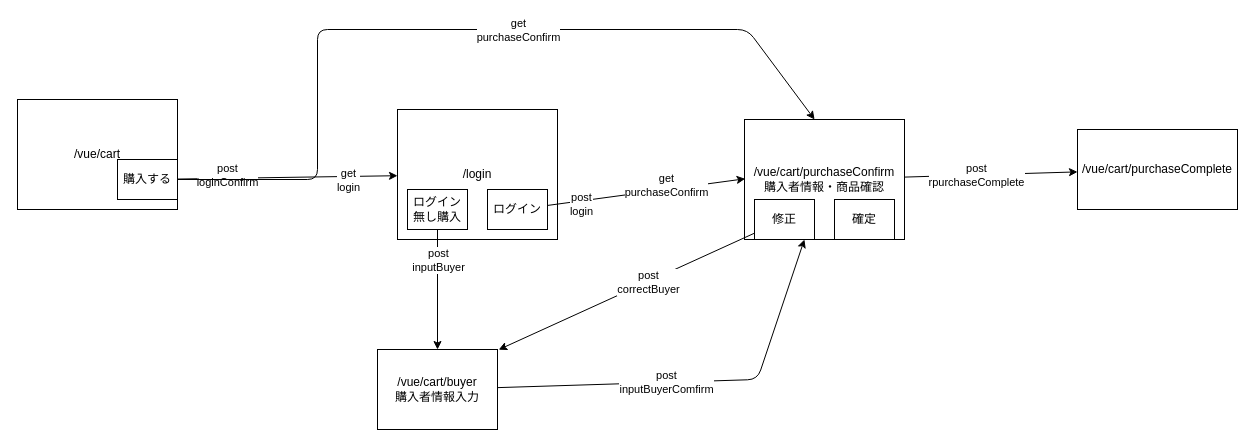
Before: 画面遷移.drawio in ehirokatsu/ECsite, a draw.io diagram. Source tidied: cells renumbered, new cells numbered last; positions are measured from the earlier drawing's top-left corner, leaving out a move shared by most shapes. Both pictures are drawn from the tidied source at 100%, with x=0, y=0 at pixel (17, 29).
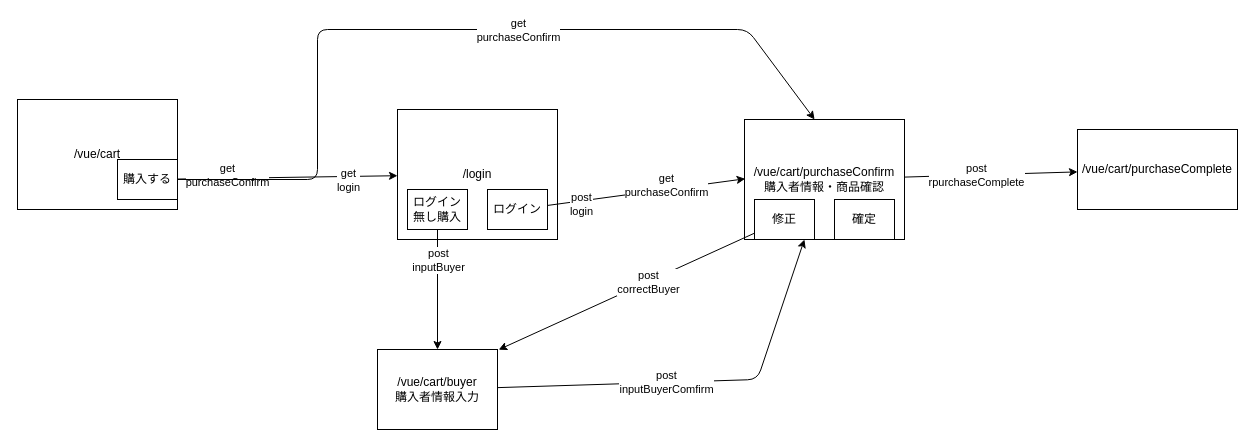
After the change.

Commit message (it also covers changes not shown here):
購入処理をログイン画面経由で遷移する処理を追加

Unchanged cells that the change refers to:
```xml
<mxCell id="2" style="edgeStyle=none;jettySize=auto;html=1;" parent="1" edge="1" source="26" target="7">
  <mxGeometry relative="1" as="geometry" />
</mxCell>
```

The edit, as a diff of the source:
```diff
@@
-    <mxCell id="3" value="post&lt;br&gt;loginConfirm" style="edgeLabel;html=1;align=center;verticalAlign=middle;" parent="2" vertex="1">
+    <mxCell id="3" value="get&lt;br&gt;purchaseConfirm" style="edgeLabel;html=1;align=center;verticalAlign=middle;" parent="2" vertex="1">
       <mxGeometry x="-0.17" relative="1" as="geometry">
         <mxPoint x="-41" y="-3" as="offset" />
       </mxGeometry>
     </mxCell>
```
